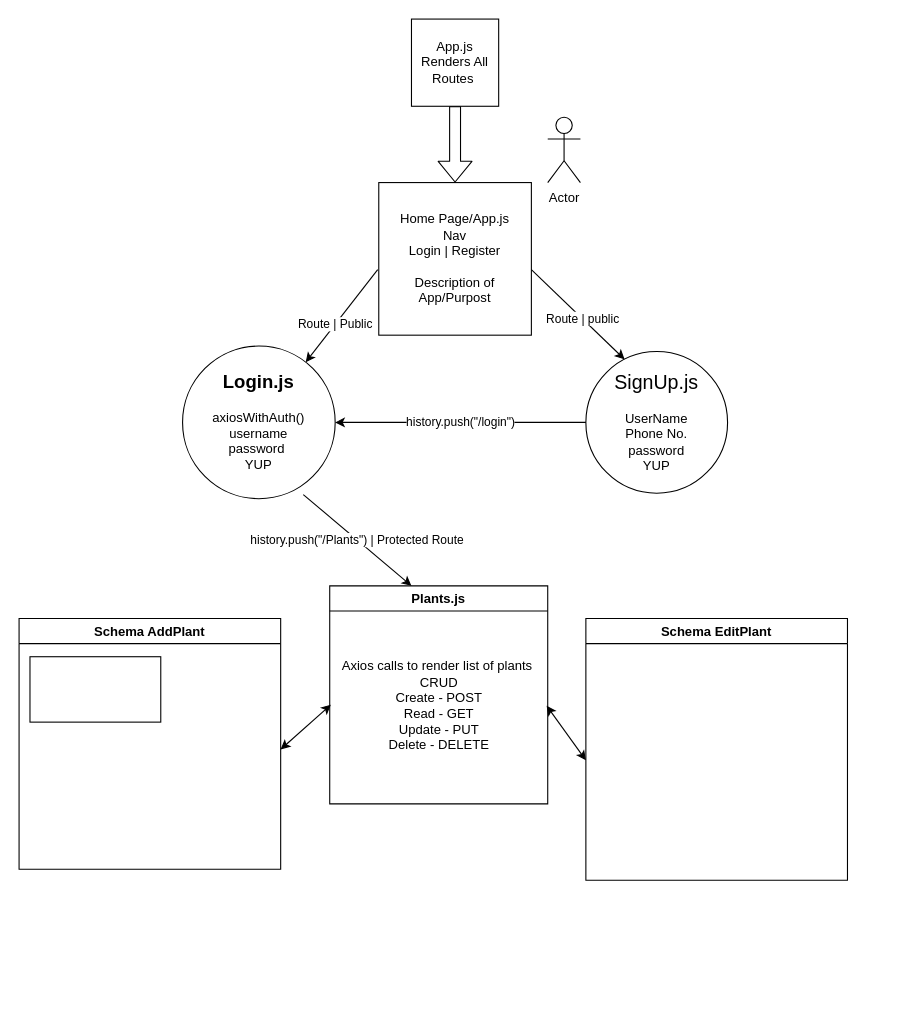
Above: chart.drawio in Build-Week-092021-Water-My-Plants/frontend (draw.io), before the change. Source tidied: cells renumbered, new cells numbered last; positions are measured from the earlier drawing's top-left corner, leaving out a move shared by most shapes. Both pictures are drawn from the tidied source at 109%, with x=0, y=0 at pixel (19, 19).
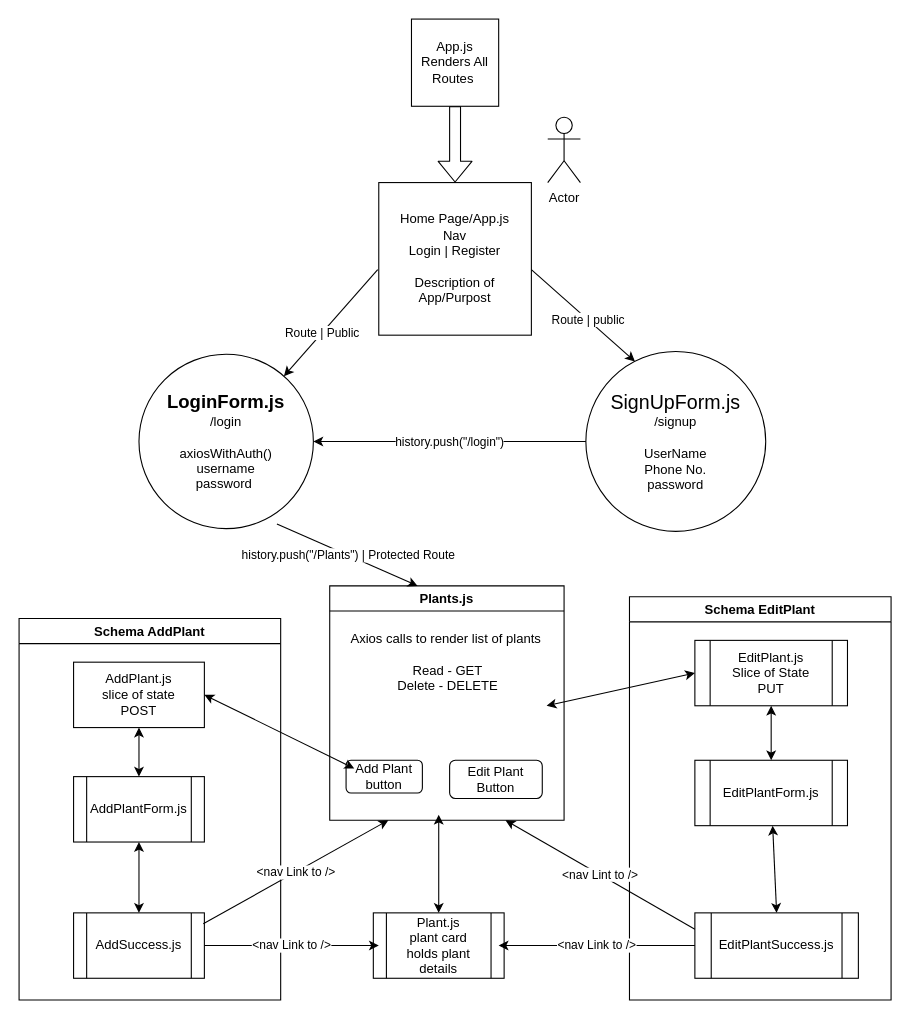
After the change.

What changed in the source:
```diff
@@
-    <mxCell id="3" value="&lt;font style=&quot;font-size: 18px&quot;&gt;SignUp.js&lt;/font&gt;&lt;br&gt;&lt;br&gt;UserName&lt;br&gt;Phone No.&lt;br&gt;password&lt;br&gt;YUP" style="ellipse;whiteSpace=wrap;html=1;" parent="1" vertex="1">
-      <mxGeometry x="520" y="305" width="130" height="130" as="geometry" />
+    <mxCell id="3" value="&lt;font style=&quot;font-size: 18px&quot;&gt;SignUpForm.js&lt;br&gt;&lt;/font&gt;/signup&lt;br&gt;&lt;br&gt;UserName&lt;br&gt;Phone No.&lt;br&gt;password&lt;br&gt;" style="ellipse;whiteSpace=wrap;html=1;" parent="1" vertex="1">
+      <mxGeometry x="520" y="305" width="165" height="165" as="geometry" />
     </mxCell>
-    <mxCell id="4" value="&lt;b&gt;&lt;font style=&quot;font-size: 17px&quot;&gt;Login.js&lt;/font&gt;&lt;/b&gt;&lt;br&gt;&lt;br&gt;axiosWithAuth()&lt;br&gt;username&lt;br&gt;password&amp;nbsp;&lt;br&gt;YUP&lt;br&gt;" style="ellipse;whiteSpace=wrap;html=1;" parent="1" vertex="1">
-      <mxGeometry x="150" y="300" width="140" height="140" as="geometry" />
+    <mxCell id="4" value="&lt;b&gt;&lt;font style=&quot;font-size: 17px&quot;&gt;LoginForm.js&lt;br&gt;&lt;/font&gt;&lt;/b&gt;/login&lt;br&gt;&lt;br&gt;axiosWithAuth()&lt;br&gt;username&lt;br&gt;password&amp;nbsp;&lt;br&gt;" style="ellipse;whiteSpace=wrap;html=1;" parent="1" vertex="1">
+      <mxGeometry x="110" y="307.5" width="160" height="160" as="geometry" />
     </mxCell>
@@
     <mxCell id="7" value="Plants.js" style="swimlane;" parent="1" vertex="1">
-      <mxGeometry x="285" y="520" width="200" height="200" as="geometry" />
+      <mxGeometry x="285" y="520" width="215" height="215" as="geometry" />
     </mxCell>
-    <mxCell id="8" value="Axios calls to render list of plants&amp;nbsp;&lt;br&gt;CRUD&lt;br&gt;Create - POST&lt;br&gt;Read - GET&lt;br&gt;Update - PUT&lt;br&gt;Delete - DELETE" style="text;html=1;align=center;verticalAlign=middle;points=[];strokeColor=none;" parent="7" vertex="1">
-      <mxGeometry x="5" y="65" width="190" height="90" as="geometry" />
+    <mxCell id="8" value="Axios calls to render list of plants&amp;nbsp;&lt;br&gt;&lt;br&gt;Read - GET&lt;br&gt;Delete - DELETE" style="text;html=1;align=center;verticalAlign=middle;points=[];strokeColor=none;" parent="7" vertex="1">
+      <mxGeometry x="12.5" y="40" width="190" height="60" as="geometry" />
     </mxCell>
+    <mxCell id="19" value="Add Plant button" style="rounded=1;whiteSpace=wrap;html=1;" parent="7" vertex="1">
+      <mxGeometry x="15" y="160" width="70" height="30" as="geometry" />
+    </mxCell>
+    <mxCell id="20" value="Edit Plant Button" style="rounded=1;whiteSpace=wrap;html=1;" parent="7" vertex="1">
+      <mxGeometry x="110" y="160" width="85" height="35" as="geometry" />
+    </mxCell>
@@
     <mxCell id="13" value="Schema AddPlant" style="swimlane;" parent="1" vertex="1">
-      <mxGeometry y="550" width="240" height="230" as="geometry" />
+      <mxGeometry y="550" width="240" height="350" as="geometry" />
     </mxCell>
-    <mxCell id="14" style="rounded=0;whiteSpace=wrap;html=1;" parent="13" vertex="1">
-      <mxGeometry x="10" y="35" width="120" height="60" as="geometry" />
+    <mxCell id="14" value="AddPlant.js&lt;br&gt;slice of state&lt;br&gt;POST" style="rounded=0;whiteSpace=wrap;html=1;" parent="13" vertex="1">
+      <mxGeometry x="50" y="40" width="120" height="60" as="geometry" />
     </mxCell>
+    <mxCell id="21" value="AddPlantForm.js" style="shape=process;whiteSpace=wrap;html=1;backgroundOutline=1;" parent="13" vertex="1">
+      <mxGeometry x="50" y="145" width="120" height="60" as="geometry" />
+    </mxCell>
+    <mxCell id="22" style="endArrow=classic;startArrow=classic;html=1;exitX=0.5;exitY=0;exitDx=0;exitDy=0;entryX=0.5;entryY=1;entryDx=0;entryDy=0;" parent="13" edge="1" source="21" target="14">
+      <mxGeometry relative="1" as="geometry" />
+    </mxCell>
+    <mxCell id="23" value="AddSuccess.js" style="shape=process;whiteSpace=wrap;html=1;backgroundOutline=1;" parent="13" vertex="1">
+      <mxGeometry x="50" y="270" width="120" height="60" as="geometry" />
+    </mxCell>
+    <mxCell id="24" style="endArrow=classic;startArrow=classic;html=1;exitX=0.5;exitY=0;exitDx=0;exitDy=0;entryX=0.5;entryY=1;entryDx=0;entryDy=0;" parent="13" edge="1" source="23" target="21">
+      <mxGeometry relative="1" as="geometry" />
+    </mxCell>
     <mxCell id="15" value="Schema EditPlant" style="swimlane;" parent="1" vertex="1">
-      <mxGeometry x="520" y="550" width="240" height="240" as="geometry" />
+      <mxGeometry x="560" y="530" width="240" height="370" as="geometry" />
     </mxCell>
+    <mxCell id="25" value="EditPlant.js&lt;br&gt;Slice of State&lt;br&gt;PUT" style="shape=process;whiteSpace=wrap;html=1;backgroundOutline=1;" parent="15" vertex="1">
+      <mxGeometry x="60" y="40" width="140" height="60" as="geometry" />
+    </mxCell>
+    <mxCell id="26" value="EditPlantForm.js" style="shape=process;whiteSpace=wrap;html=1;backgroundOutline=1;" parent="15" vertex="1">
+      <mxGeometry x="60" y="150" width="140" height="60" as="geometry" />
+    </mxCell>
+    <mxCell id="27" value="EditPlantSuccess.js" style="shape=process;whiteSpace=wrap;html=1;backgroundOutline=1;" parent="15" vertex="1">
+      <mxGeometry x="60" y="290" width="150" height="60" as="geometry" />
+    </mxCell>
+    <mxCell id="28" style="endArrow=classic;startArrow=classic;html=1;entryX=0.5;entryY=1;entryDx=0;entryDy=0;exitX=0.5;exitY=0;exitDx=0;exitDy=0;" parent="15" edge="1" source="26" target="25">
+      <mxGeometry relative="1" as="geometry" />
+    </mxCell>
+    <mxCell id="29" style="endArrow=classic;startArrow=classic;html=1;exitX=0.5;exitY=0;exitDx=0;exitDy=0;" parent="15" edge="1" source="27" target="26">
+      <mxGeometry relative="1" as="geometry" />
+    </mxCell>
-    <mxCell id="16" style="endArrow=classic;startArrow=classic;html=1;entryX=-0.021;entryY=0.489;entryDx=0;entryDy=0;entryPerimeter=0;" parent="1" edge="1" target="8">
+    <mxCell id="16" style="endArrow=classic;startArrow=classic;html=1;entryX=0;entryY=0.25;entryDx=0;entryDy=0;exitX=1;exitY=0.5;exitDx=0;exitDy=0;" parent="1" edge="1" source="14">
       <mxGeometry relative="1" as="geometry">
-        <mxPoint x="240" y="670" as="sourcePoint" />
+        <mxPoint x="307.5" y="687.5" as="targetPoint" />
       </mxGeometry>
     </mxCell>
-    <mxCell id="17" style="endArrow=classic;startArrow=classic;html=1;" parent="1" edge="1">
+    <mxCell id="17" style="endArrow=classic;startArrow=classic;html=1;entryX=0;entryY=0.5;entryDx=0;entryDy=0;" parent="1" edge="1" target="25">
       <mxGeometry relative="1" as="geometry">
         <mxPoint x="484" y="630" as="sourcePoint" />
-        <mxPoint x="520" y="680" as="targetPoint" />
       </mxGeometry>
     </mxCell>
@@
+    <mxCell id="30" value="Plant.js&lt;br&gt;plant card&lt;br&gt;holds plant details" style="shape=process;whiteSpace=wrap;html=1;backgroundOutline=1;" parent="1" vertex="1">
+      <mxGeometry x="325" y="820" width="120" height="60" as="geometry" />
+    </mxCell>
+    <mxCell id="31" value="&amp;lt;nav Link to /&amp;gt;" style="endArrow=classic;html=1;exitX=1;exitY=0.5;exitDx=0;exitDy=0;entryX=0.25;entryY=1;entryDx=0;entryDy=0;" parent="1" edge="1" target="7">
+      <mxGeometry relative="1" as="geometry">
+        <mxPoint x="169" y="830" as="sourcePoint" />
+      </mxGeometry>
+    </mxCell>
+    <mxCell id="32" style="endArrow=classic;startArrow=classic;html=1;exitX=0.5;exitY=0;exitDx=0;exitDy=0;" parent="1" edge="1" source="30">
+      <mxGeometry relative="1" as="geometry">
+        <mxPoint x="385" y="730" as="targetPoint" />
+      </mxGeometry>
+    </mxCell>
+    <mxCell id="33" value="&amp;lt;nav Link to /&amp;gt;" style="endArrow=classic;html=1;exitX=0;exitY=0.5;exitDx=0;exitDy=0;entryX=0.958;entryY=0.5;entryDx=0;entryDy=0;entryPerimeter=0;" parent="1" edge="1" source="27" target="30">
+      <mxGeometry relative="1" as="geometry" />
+    </mxCell>
+    <mxCell id="34" value="&amp;lt;nav Link to /&amp;gt;" style="endArrow=classic;html=1;entryX=0.042;entryY=0.5;entryDx=0;entryDy=0;entryPerimeter=0;exitX=1;exitY=0.5;exitDx=0;exitDy=0;" parent="1" edge="1" source="23" target="30">
+      <mxGeometry relative="1" as="geometry" />
+    </mxCell>
+    <mxCell id="35" value="&amp;lt;nav Lint to /&amp;gt;" style="endArrow=classic;html=1;exitX=0;exitY=0.25;exitDx=0;exitDy=0;entryX=0.75;entryY=1;entryDx=0;entryDy=0;" parent="1" edge="1" source="27" target="7">
+      <mxGeometry relative="1" as="geometry" />
+    </mxCell>
```
